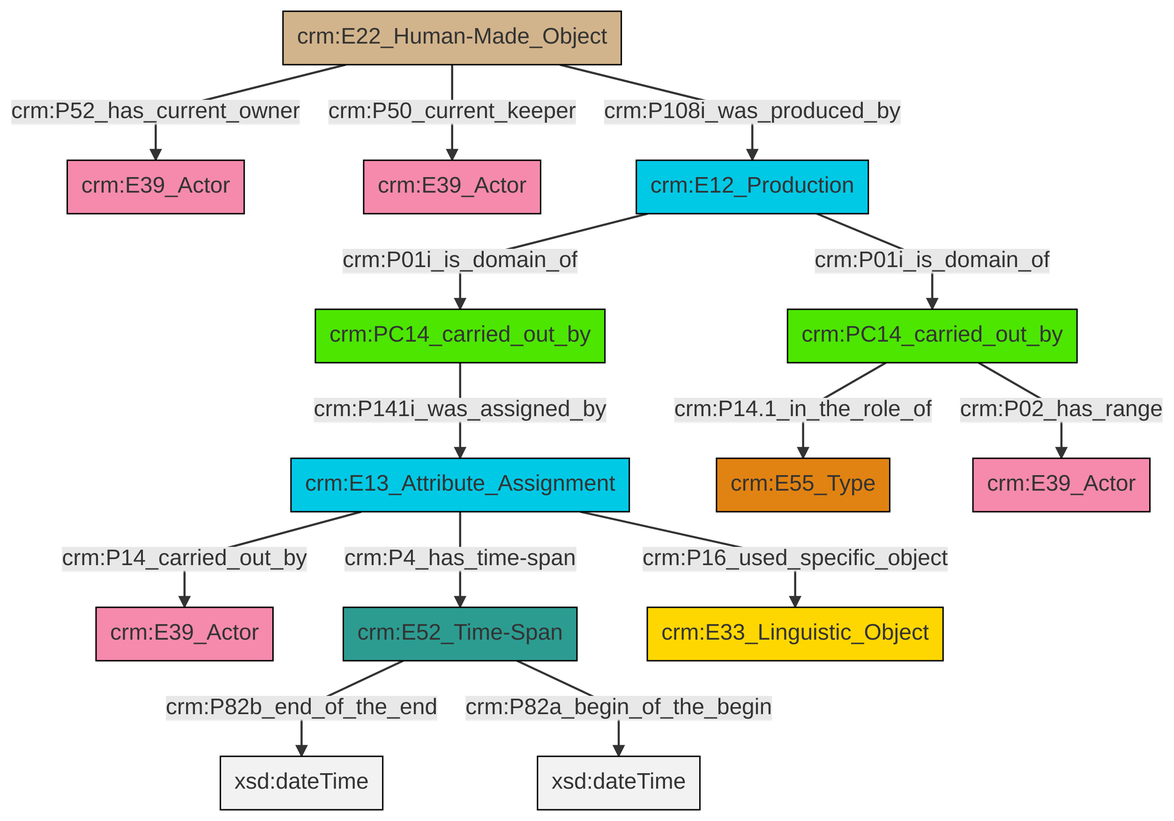
Above: et/carrierCSV/ttl/mmd/png/carrier_relations.png in swiss-art-research-net/docs.swissartresearch (Mermaid), before the change. Its source is kept beside it as et/carrierCSV/ttl/mmd/carrier_relations.ttl.mmd.
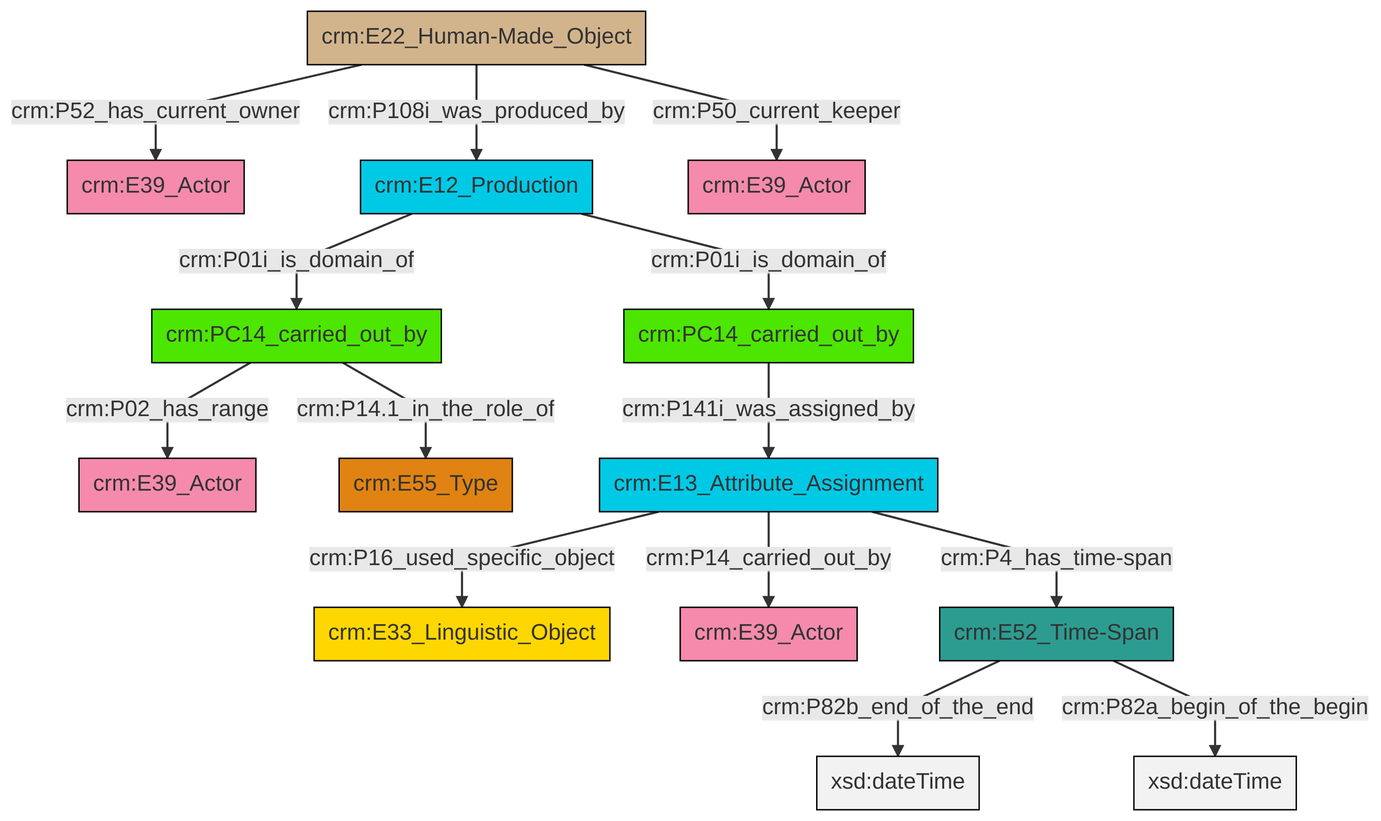
The same file after the commit.

Diff of the diagram source:
```diff
@@ -13,16 +13,16 @@
 classDef PC_Classes fill:#4ce600, stroke:#000000;
 classDef Multi fill:#cccccc,stroke:#000000;
 
-4["crm:E22_Human-Made_Object"]:::Physical_Thing -->|crm:P52_has_current_owner| 5["crm:E39_Actor"]:::Actor
-9["crm:E13_Attribute_Assignment"]:::Temporal_Entity -->|crm:P14_carried_out_by| 2["crm:E39_Actor"]:::Actor
-4["crm:E22_Human-Made_Object"]:::Physical_Thing -->|crm:P50_current_keeper| 12["crm:E39_Actor"]:::Actor
-9["crm:E13_Attribute_Assignment"]:::Temporal_Entity -->|crm:P4_has_time-span| 7["crm:E52_Time-Span"]:::Time-Span
-13["crm:PC14_carried_out_by"]:::PC_Classes -->|crm:P14.1_in_the_role_of| 10["crm:E55_Type"]:::Type
-14["crm:E12_Production"]:::Temporal_Entity -->|crm:P01i_is_domain_of| 0["crm:PC14_carried_out_by"]:::PC_Classes
-13["crm:PC14_carried_out_by"]:::PC_Classes -->|crm:P02_has_range| 15["crm:E39_Actor"]:::Actor
-4["crm:E22_Human-Made_Object"]:::Physical_Thing -->|crm:P108i_was_produced_by| 14["crm:E12_Production"]:::Temporal_Entity
-7["crm:E52_Time-Span"]:::Time-Span -->|crm:P82b_end_of_the_end| 21[xsd:dateTime]:::Literal
-14["crm:E12_Production"]:::Temporal_Entity -->|crm:P01i_is_domain_of| 13["crm:PC14_carried_out_by"]:::PC_Classes
-7["crm:E52_Time-Span"]:::Time-Span -->|crm:P82a_begin_of_the_begin| 23[xsd:dateTime]:::Literal
-9["crm:E13_Attribute_Assignment"]:::Temporal_Entity -->|crm:P16_used_specific_object| 17["crm:E33_Linguistic_Object"]:::Conceptual_Object
-0["crm:PC14_carried_out_by"]:::PC_Classes -->|crm:P141i_was_assigned_by| 9["crm:E13_Attribute_Assignment"]:::Temporal_Entity
+2["crm:PC14_carried_out_by"]:::PC_Classes -->|crm:P02_has_range| 3["crm:E39_Actor"]:::Actor
+4["crm:E13_Attribute_Assignment"]:::Temporal_Entity -->|crm:P16_used_specific_object| 5["crm:E33_Linguistic_Object"]:::Conceptual_Object
+8["crm:E52_Time-Span"]:::Time-Span -->|crm:P82b_end_of_the_end| 9[xsd:dateTime]:::Literal
+6["crm:E22_Human-Made_Object"]:::Physical_Thing -->|crm:P52_has_current_owner| 10["crm:E39_Actor"]:::Actor
+4["crm:E13_Attribute_Assignment"]:::Temporal_Entity -->|crm:P14_carried_out_by| 11["crm:E39_Actor"]:::Actor
+6["crm:E22_Human-Made_Object"]:::Physical_Thing -->|crm:P108i_was_produced_by| 17["crm:E12_Production"]:::Temporal_Entity
+8["crm:E52_Time-Span"]:::Time-Span -->|crm:P82a_begin_of_the_begin| 19[xsd:dateTime]:::Literal
+0["crm:PC14_carried_out_by"]:::PC_Classes -->|crm:P141i_was_assigned_by| 4["crm:E13_Attribute_Assignment"]:::Temporal_Entity
+2["crm:PC14_carried_out_by"]:::PC_Classes -->|crm:P14.1_in_the_role_of| 12["crm:E55_Type"]:::Type
+4["crm:E13_Attribute_Assignment"]:::Temporal_Entity -->|crm:P4_has_time-span| 8["crm:E52_Time-Span"]:::Time-Span
+17["crm:E12_Production"]:::Temporal_Entity -->|crm:P01i_is_domain_of| 2["crm:PC14_carried_out_by"]:::PC_Classes
+17["crm:E12_Production"]:::Temporal_Entity -->|crm:P01i_is_domain_of| 0["crm:PC14_carried_out_by"]:::PC_Classes
+6["crm:E22_Human-Made_Object"]:::Physical_Thing -->|crm:P50_current_keeper| 15["crm:E39_Actor"]:::Actor
```
